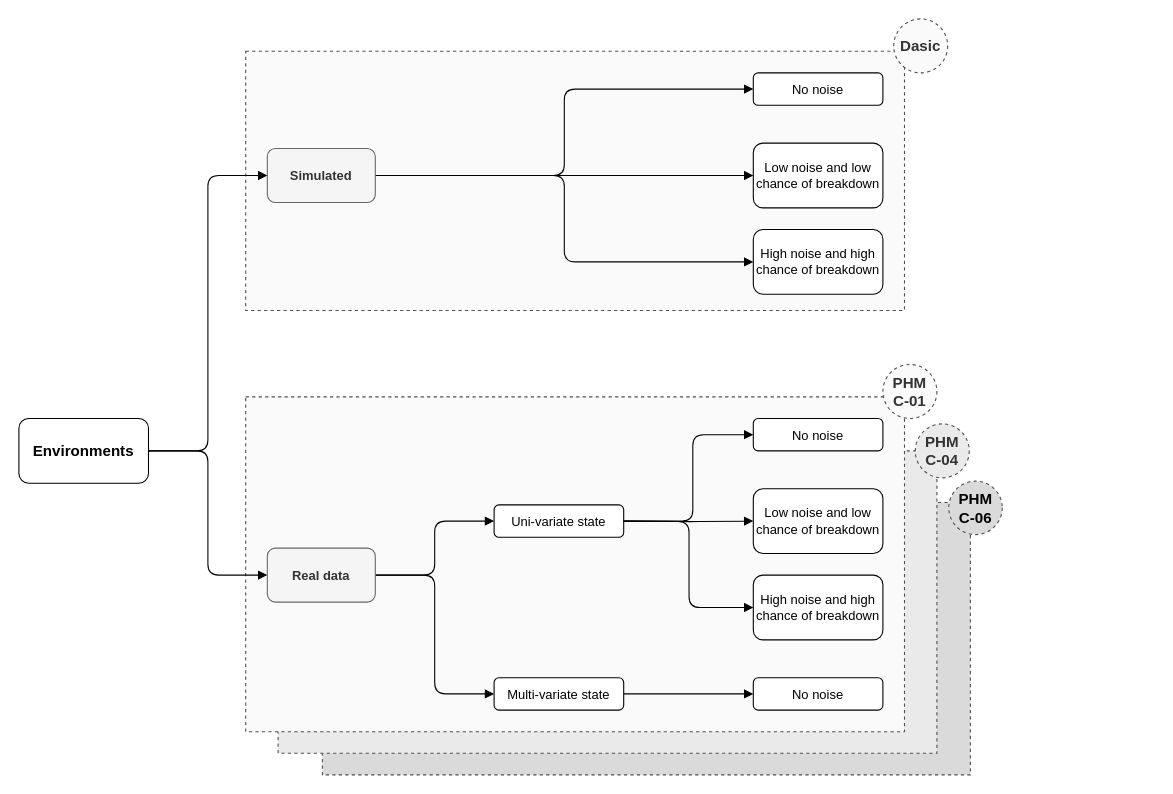
This is page "Envs-2" (2 of 2) of article/images/drawings/EmpiricalStudy_Drawings.drawio from Rajesh-Siraskar/Empirical_Study_REINFORCE, a draw.io file, before an edit. Source tidied: cells renumbered, new cells numbered last; positions are measured from the earlier drawing's top-left corner, leaving out a move shared by most shapes. Both pictures are drawn from the tidied source at 108%, with x=0, y=0 at pixel (18, 18).
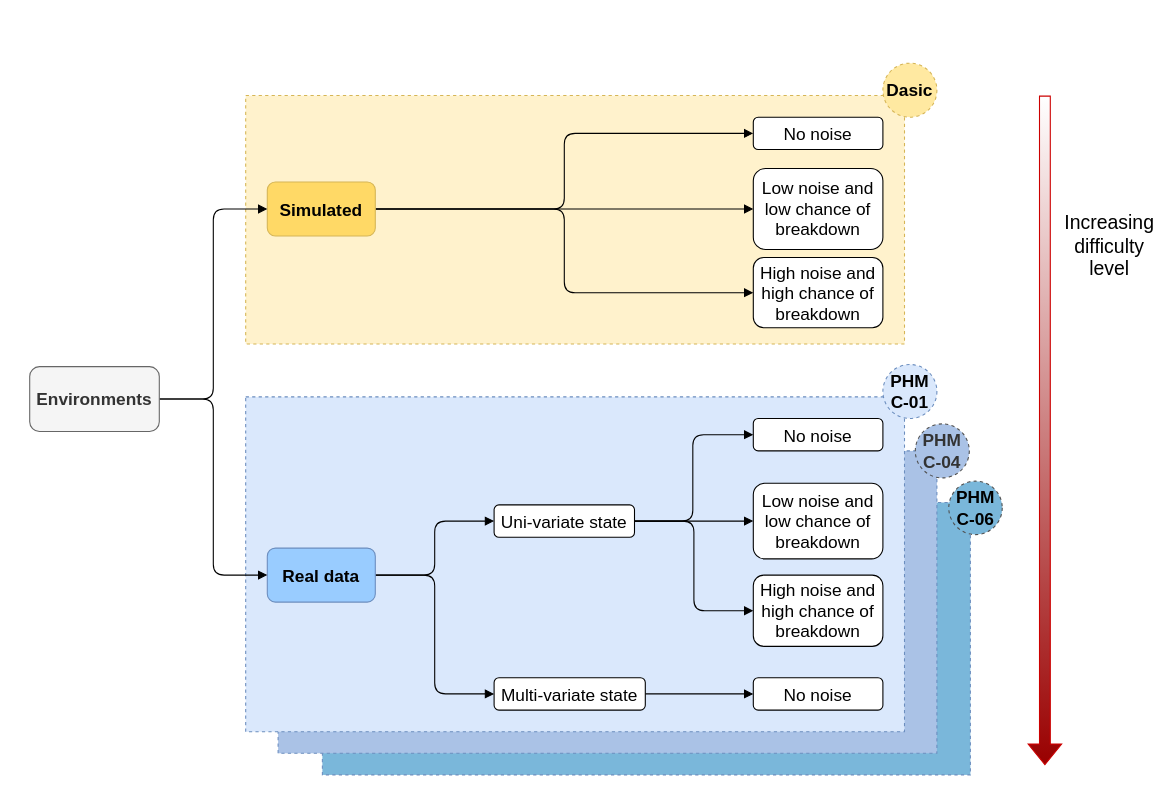
Above is the later version.

Diff of the diagram source:
```diff
@@
-    <mxCell id="2" style="group;" parent="1" vertex="1">
+    <mxCell id="2" style="group;fontSize=16;" parent="1" vertex="1">
       <mxGeometry x="281" y="428" width="630" height="272" as="geometry" />
     </mxCell>
-    <mxCell id="3" style="rounded=0;whiteSpace=wrap;html=1;fontSize=14;dashed=1;strokeColor=#4F4F4F;fillColor=#Dadada;" parent="2" vertex="1">
+    <mxCell id="3" style="rounded=0;whiteSpace=wrap;html=1;fontSize=16;dashed=1;strokeColor=#6c8ebf;fillColor=#7AB7DA;" parent="2" vertex="1">
       <mxGeometry y="19.8" width="600" height="252.2" as="geometry" />
     </mxCell>
-    <mxCell id="4" value="&lt;b&gt;PHM C-06&lt;/b&gt;" style="ellipse;whiteSpace=wrap;html=1;dashed=1;strokeColor=#4F4F4F;fontSize=14;fillColor=#Dadada;rounded=0;" parent="2" vertex="1">
+    <mxCell id="4" value="&lt;b style=&quot;font-size: 16px;&quot;&gt;PHM C-06&lt;/b&gt;" style="ellipse;whiteSpace=wrap;html=1;dashed=1;strokeColor=#4F4F4F;fontSize=16;fillColor=#7AB7DA;rounded=0;" parent="2" vertex="1">
       <mxGeometry x="580" width="49.5" height="49.5" as="geometry" />
     </mxCell>
-    <mxCell id="5" style="rounded=0;whiteSpace=wrap;html=1;fontSize=14;dashed=1;strokeColor=#4F4F4F;fillColor=#FaFaFa;fontColor=#333333;" parent="1" vertex="1">
-      <mxGeometry x="210" y="30" width="610" height="240" as="geometry" />
+    <mxCell id="5" style="rounded=0;whiteSpace=wrap;html=1;fontSize=16;dashed=1;strokeColor=#d6b656;fillColor=#fff2cc;" parent="1" vertex="1">
+      <mxGeometry x="210" y="71" width="610" height="230" as="geometry" />
     </mxCell>
-    <mxCell id="6" value="&lt;b&gt;Dasic&lt;/b&gt;" style="ellipse;whiteSpace=wrap;html=1;dashed=1;strokeColor=#4F4F4F;fontSize=14;fillColor=#FaFaFa;fontColor=#333333;rounded=0;" parent="1" vertex="1">
-      <mxGeometry x="810" width="50" height="50" as="geometry" />
+    <mxCell id="6" value="&lt;b style=&quot;font-size: 16px;&quot;&gt;Dasic&lt;/b&gt;" style="ellipse;whiteSpace=wrap;html=1;dashed=1;strokeColor=#d6b656;fontSize=16;fillColor=#FFE9A1;rounded=0;" parent="1" vertex="1">
+      <mxGeometry x="800" y="41" width="50" height="50" as="geometry" />
     </mxCell>
-    <mxCell id="7" style="rounded=0;whiteSpace=wrap;html=1;fontSize=14;dashed=1;strokeColor=#4F4F4F;fillColor=#eaeaea;fontColor=#333333;" parent="1" vertex="1">
+    <mxCell id="7" style="rounded=0;whiteSpace=wrap;html=1;fontSize=16;dashed=1;strokeColor=#6c8ebf;fillColor=#AAC2E6;" parent="1" vertex="1">
       <mxGeometry x="240" y="400" width="610" height="280" as="geometry" />
     </mxCell>
-    <mxCell id="8" style="rounded=0;whiteSpace=wrap;html=1;fontSize=14;dashed=1;strokeColor=#4F4F4F;fillColor=#FaFaFa;fontColor=#333333;" parent="1" vertex="1">
+    <mxCell id="8" style="rounded=0;whiteSpace=wrap;html=1;fontSize=16;dashed=1;strokeColor=#6c8ebf;fillColor=#dae8fc;" parent="1" vertex="1">
       <mxGeometry x="210" y="350" width="610" height="310" as="geometry" />
     </mxCell>
-    <mxCell id="9" style="edgeStyle=orthogonalEdgeStyle;rounded=1;jettySize=auto;html=1;entryX=0;entryY=0.5;entryDx=0;entryDy=0;endArrow=block;endFill=1;" parent="1" edge="1" source="12" target="17">
-      <mxGeometry relative="1" as="geometry" />
-    </mxCell>
-    <mxCell id="10" style="edgeStyle=orthogonalEdgeStyle;rounded=1;jettySize=auto;html=1;entryX=0;entryY=0.5;entryDx=0;entryDy=0;endArrow=block;endFill=1;" parent="1" edge="1" source="12" target="18">
+    <mxCell id="10" style="edgeStyle=orthogonalEdgeStyle;rounded=1;jettySize=auto;html=1;entryX=0;entryY=0.5;entryDx=0;entryDy=0;endArrow=block;endFill=1;fontSize=16;" parent="1" edge="1" source="12" target="18">
       <mxGeometry relative="1" as="geometry" />
     </mxCell>
-    <mxCell id="11" style="edgeStyle=orthogonalEdgeStyle;rounded=1;jettySize=auto;html=1;entryX=0;entryY=0.5;entryDx=0;entryDy=0;fontSize=14;endArrow=block;endFill=1;" parent="1" edge="1" source="12" target="16">
+    <mxCell id="11" style="edgeStyle=orthogonalEdgeStyle;rounded=1;jettySize=auto;html=1;entryX=0;entryY=0.5;entryDx=0;entryDy=0;fontSize=16;endArrow=block;endFill=1;" parent="1" edge="1" source="12" target="16">
       <mxGeometry relative="1" as="geometry" />
     </mxCell>
+    <mxCell id="9" style="edgeStyle=orthogonalEdgeStyle;shape=connector;rounded=1;jettySize=auto;html=1;labelBackgroundColor=default;strokeColor=default;fontFamily=Helvetica;fontSize=16;fontColor=default;endArrow=block;endFill=1;" parent="1" edge="1" source="12" target="17">
+      <mxGeometry relative="1" as="geometry" />
+    </mxCell>
-    <mxCell id="12" value="Simulated" style="rounded=1;fontStyle=1;fillColor=#f5f5f5;fontColor=#333333;strokeColor=#666666;" parent="1" vertex="1">
-      <mxGeometry x="230" y="120" width="100" height="50" as="geometry" />
+    <mxCell id="12" value="Simulated" style="rounded=1;fontStyle=1;fillColor=#FFD966;strokeColor=#d6b656;fontSize=16;" parent="1" vertex="1">
+      <mxGeometry x="230" y="151" width="100" height="50" as="geometry" />
     </mxCell>
-    <mxCell id="13" style="edgeStyle=orthogonalEdgeStyle;rounded=1;jettySize=auto;html=1;entryX=0;entryY=0.5;entryDx=0;entryDy=0;fontSize=14;endArrow=block;endFill=1;" parent="1" edge="1" source="15" target="19">
+    <mxCell id="13" style="edgeStyle=orthogonalEdgeStyle;rounded=1;jettySize=auto;html=1;entryX=0;entryY=0.5;entryDx=0;entryDy=0;fontSize=16;endArrow=block;endFill=1;" parent="1" edge="1" source="15" target="19">
       <mxGeometry relative="1" as="geometry" />
     </mxCell>
-    <mxCell id="14" style="edgeStyle=orthogonalEdgeStyle;rounded=1;jettySize=auto;html=1;entryX=0;entryY=0.5;entryDx=0;entryDy=0;fontSize=14;endArrow=block;endFill=1;" parent="1" edge="1" source="15" target="21">
+    <mxCell id="14" style="edgeStyle=orthogonalEdgeStyle;rounded=1;jettySize=auto;html=1;entryX=0;entryY=0.5;entryDx=0;entryDy=0;fontSize=16;endArrow=block;endFill=1;" parent="1" edge="1" source="15" target="21">
       <mxGeometry relative="1" as="geometry" />
     </mxCell>
-    <mxCell id="15" value="Real data" style="rounded=1;fontStyle=1;fillColor=#f5f5f5;fontColor=#333333;strokeColor=#666666;" parent="1" vertex="1">
+    <mxCell id="15" value="Real data" style="rounded=1;fontStyle=1;fillColor=#99CCFF;strokeColor=#6c8ebf;fontSize=16;" parent="1" vertex="1">
       <mxGeometry x="230" y="490" width="100" height="50" as="geometry" />
     </mxCell>
-    <mxCell id="16" value="No noise" style="rounded=1;" parent="1" vertex="1">
-      <mxGeometry x="680" y="50" width="120" height="30" as="geometry" />
+    <mxCell id="16" value="No noise" style="rounded=1;fontSize=16;" parent="1" vertex="1">
+      <mxGeometry x="680" y="91" width="120" height="30" as="geometry" />
     </mxCell>
-    <mxCell id="17" value="Low noise and low chance of breakdown" style="rounded=1;whiteSpace=wrap;" parent="1" vertex="1">
-      <mxGeometry x="680" y="115" width="120" height="60" as="geometry" />
+    <mxCell id="17" value="Low noise and low chance of breakdown" style="rounded=1;whiteSpace=wrap;fontSize=16;" parent="1" vertex="1">
+      <mxGeometry x="680" y="138.5" width="120" height="75" as="geometry" />
     </mxCell>
-    <mxCell id="18" value="High noise and high chance of breakdown" style="rounded=1;whiteSpace=wrap;" parent="1" vertex="1">
-      <mxGeometry x="680" y="195" width="120" height="60" as="geometry" />
+    <mxCell id="18" value="High noise and high chance of breakdown" style="rounded=1;whiteSpace=wrap;fontSize=16;" parent="1" vertex="1">
+      <mxGeometry x="680" y="221" width="120" height="65" as="geometry" />
     </mxCell>
+    <mxCell id="34" style="edgeStyle=orthogonalEdgeStyle;shape=connector;rounded=1;jettySize=auto;html=1;labelBackgroundColor=default;strokeColor=default;fontFamily=Helvetica;fontSize=16;fontColor=default;endArrow=block;endFill=1;" parent="1" edge="1" source="19" target="29">
+      <mxGeometry relative="1" as="geometry" />
+    </mxCell>
+    <mxCell id="35" style="edgeStyle=orthogonalEdgeStyle;shape=connector;rounded=1;jettySize=auto;html=1;entryX=0;entryY=0.5;entryDx=0;entryDy=0;labelBackgroundColor=default;strokeColor=default;fontFamily=Helvetica;fontSize=16;fontColor=default;endArrow=block;endFill=1;" parent="1" edge="1" source="19" target="30">
+      <mxGeometry relative="1" as="geometry" />
+    </mxCell>
-    <mxCell id="19" value="Uni-variate state" style="rounded=1;" parent="1" vertex="1">
-      <mxGeometry x="440" y="450" width="120" height="30" as="geometry" />
+    <mxCell id="19" value="Uni-variate state" style="rounded=1;fontSize=16;" parent="1" vertex="1">
+      <mxGeometry x="440" y="450" width="130" height="30" as="geometry" />
     </mxCell>
-    <mxCell id="20" style="edgeStyle=orthogonalEdgeStyle;rounded=1;jettySize=auto;html=1;entryX=0;entryY=0.5;entryDx=0;entryDy=0;fontSize=14;endArrow=block;endFill=1;" parent="1" edge="1" source="21" target="31">
+    <mxCell id="20" style="edgeStyle=orthogonalEdgeStyle;rounded=1;jettySize=auto;html=1;entryX=0;entryY=0.5;entryDx=0;entryDy=0;fontSize=16;endArrow=block;endFill=1;" parent="1" edge="1" source="21" target="31">
       <mxGeometry relative="1" as="geometry" />
     </mxCell>
-    <mxCell id="21" value="Multi-variate state" style="rounded=1;" parent="1" vertex="1">
-      <mxGeometry x="440" y="610" width="120" height="30" as="geometry" />
+    <mxCell id="21" value="Multi-variate state" style="rounded=1;fontSize=16;" parent="1" vertex="1">
+      <mxGeometry x="440" y="610" width="140" height="30" as="geometry" />
     </mxCell>
-    <mxCell id="22" style="edgeStyle=orthogonalEdgeStyle;rounded=1;jettySize=auto;html=1;entryX=0;entryY=0.5;entryDx=0;entryDy=0;endArrow=block;endFill=1;" parent="1" edge="1" source="24" target="12">
+    <mxCell id="22" style="edgeStyle=orthogonalEdgeStyle;rounded=1;jettySize=auto;html=1;entryX=0;entryY=0.5;entryDx=0;entryDy=0;endArrow=block;endFill=1;fontSize=16;" parent="1" edge="1" source="24" target="12">
       <mxGeometry relative="1" as="geometry" />
     </mxCell>
-    <mxCell id="23" style="edgeStyle=orthogonalEdgeStyle;rounded=1;jettySize=auto;html=1;entryX=0;entryY=0.5;entryDx=0;entryDy=0;fontSize=14;endArrow=block;endFill=1;" parent="1" edge="1" source="24" target="15">
+    <mxCell id="23" style="edgeStyle=orthogonalEdgeStyle;rounded=1;jettySize=auto;html=1;entryX=0;entryY=0.5;entryDx=0;entryDy=0;fontSize=16;endArrow=block;endFill=1;" parent="1" edge="1" source="24" target="15">
       <mxGeometry relative="1" as="geometry" />
     </mxCell>
-    <mxCell id="24" value="&lt;span style=&quot;font-size: 14px;&quot;&gt;Environments&lt;/span&gt;" style="rounded=1;whiteSpace=wrap;html=1;fontStyle=1;fontSize=14;" parent="1" vertex="1">
-      <mxGeometry y="370" width="120" height="60" as="geometry" />
+    <mxCell id="24" value="&lt;span style=&quot;font-size: 16px;&quot;&gt;Environments&lt;/span&gt;" style="rounded=1;whiteSpace=wrap;html=1;fontStyle=1;fontSize=16;fillColor=#f5f5f5;strokeColor=#666666;fontColor=#333333;" parent="1" vertex="1">
+      <mxGeometry x="10" y="322" width="120" height="60" as="geometry" />
     </mxCell>
-    <mxCell id="25" style="edgeStyle=orthogonalEdgeStyle;rounded=1;jettySize=auto;html=1;entryX=0;entryY=0.5;entryDx=0;entryDy=0;endArrow=block;endFill=1;" parent="1" edge="1" target="28">
+    <mxCell id="25" style="edgeStyle=orthogonalEdgeStyle;rounded=1;jettySize=auto;html=1;entryX=0;entryY=0.5;entryDx=0;entryDy=0;endArrow=block;endFill=1;fontSize=16;exitX=1;exitY=0.5;exitDx=0;exitDy=0;" parent="1" edge="1" source="19" target="28">
       <mxGeometry relative="1" as="geometry">
-        <mxPoint x="560" y="465" as="sourcePoint" />
         <Array as="points">
           <mxPoint x="624" y="465" />
           <mxPoint x="624" y="385" />
         </Array>
       </mxGeometry>
     </mxCell>
-    <mxCell id="26" style="edgeStyle=orthogonalEdgeStyle;rounded=1;jettySize=auto;html=1;entryX=0;entryY=0.5;entryDx=0;entryDy=0;endArrow=block;endFill=1;" parent="1" edge="1" target="29">
-      <mxGeometry relative="1" as="geometry">
-        <mxPoint x="560" y="465" as="sourcePoint" />
-      </mxGeometry>
-    </mxCell>
-    <mxCell id="27" style="edgeStyle=orthogonalEdgeStyle;rounded=1;jettySize=auto;html=1;entryX=0;entryY=0.5;entryDx=0;entryDy=0;endArrow=block;endFill=1;" parent="1" edge="1" target="30">
-      <mxGeometry relative="1" as="geometry">
-        <mxPoint x="560" y="465" as="sourcePoint" />
-      </mxGeometry>
-    </mxCell>
-    <mxCell id="28" value="No noise" style="rounded=1;" parent="1" vertex="1">
+    <mxCell id="28" value="No noise" style="rounded=1;fontSize=16;" parent="1" vertex="1">
       <mxGeometry x="680" y="370" width="120" height="30" as="geometry" />
     </mxCell>
-    <mxCell id="29" value="Low noise and low chance of breakdown" style="rounded=1;whiteSpace=wrap;" parent="1" vertex="1">
-      <mxGeometry x="680" y="435" width="120" height="60" as="geometry" />
+    <mxCell id="29" value="Low noise and low chance of breakdown" style="rounded=1;whiteSpace=wrap;fontSize=16;" parent="1" vertex="1">
+      <mxGeometry x="680" y="430" width="120" height="70" as="geometry" />
     </mxCell>
-    <mxCell id="30" value="High noise and high chance of breakdown" style="rounded=1;whiteSpace=wrap;" parent="1" vertex="1">
-      <mxGeometry x="680" y="515" width="120" height="60" as="geometry" />
+    <mxCell id="30" value="High noise and high chance of breakdown" style="rounded=1;whiteSpace=wrap;fontSize=16;" parent="1" vertex="1">
+      <mxGeometry x="680" y="515" width="120" height="66" as="geometry" />
     </mxCell>
-    <mxCell id="31" value="No noise" style="rounded=1;" parent="1" vertex="1">
+    <mxCell id="31" value="No noise" style="rounded=1;fontSize=16;" parent="1" vertex="1">
       <mxGeometry x="680" y="610" width="120" height="30" as="geometry" />
     </mxCell>
-    <mxCell id="32" value="&lt;b&gt;PHM C-04&lt;/b&gt;" style="ellipse;whiteSpace=wrap;html=1;dashed=1;strokeColor=#4F4F4F;fontSize=14;fillColor=#eaeaea;fontColor=#333333;rounded=0;" parent="1" vertex="1">
+    <mxCell id="32" value="&lt;b style=&quot;font-size: 16px;&quot;&gt;PHM C-04&lt;/b&gt;" style="ellipse;whiteSpace=wrap;html=1;dashed=1;strokeColor=#4F4F4F;fontSize=16;fillColor=#AAC2E6;fontColor=#333333;rounded=0;" parent="1" vertex="1">
       <mxGeometry x="830" y="375" width="50" height="50" as="geometry" />
     </mxCell>
-    <mxCell id="33" value="&lt;b&gt;PHM C-01&lt;/b&gt;" style="ellipse;whiteSpace=wrap;html=1;dashed=1;strokeColor=#4F4F4F;fontSize=14;fillColor=#FaFaFa;fontColor=#333333;rounded=0;" parent="1" vertex="1">
+    <mxCell id="33" value="&lt;b style=&quot;font-size: 16px;&quot;&gt;PHM C-01&lt;/b&gt;" style="ellipse;whiteSpace=wrap;html=1;dashed=1;strokeColor=#6c8ebf;fontSize=16;fillColor=#dae8fc;rounded=0;" parent="1" vertex="1">
       <mxGeometry x="800" y="320" width="50" height="50" as="geometry" />
     </mxCell>
+    <mxCell id="36" style="shape=flexArrow;endArrow=classic;html=1;rounded=0;strokeColor=#CC0000;fillColor=default;gradientColor=#990000;fontSize=16;" parent="1" edge="1">
+      <mxGeometry relative="1" as="geometry">
+        <mxPoint x="950" y="71" as="sourcePoint" />
+        <mxPoint x="950" y="691" as="targetPoint" />
+      </mxGeometry>
+    </mxCell>
+    <mxCell id="37" value="Increasing difficulty level" style="text;html=1;strokeColor=none;fillColor=none;align=center;verticalAlign=middle;whiteSpace=wrap;rounded=0;fontSize=18;" parent="1" vertex="1">
+      <mxGeometry x="970" y="171" width="80" height="80" as="geometry" />
+    </mxCell>
```
